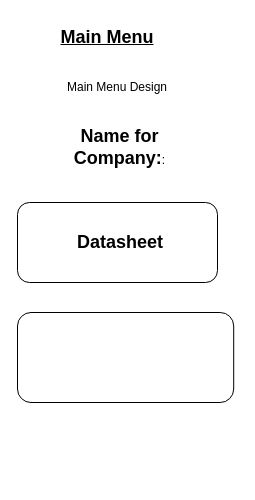
richs2101/Ice-Cream keeps this draw.io diagram as Ice Cream Data Modelling design.drawio. Above is the earlier version. Source tidied: cells renumbered, new cells numbered last; positions are measured from the earlier drawing's top-left corner, leaving out a move shared by most shapes. Both pictures are drawn from the tidied source at 100%, with x=0, y=0 at pixel (17, 17).
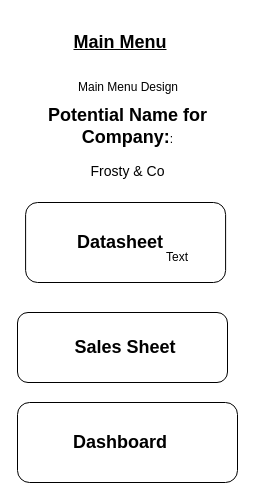
The same diagram, later.

Diff of the diagram source:
```diff
@@
 <mxGraphModel background="light-dark(#FFFFFF,#FFFFFF)">
   <root>
     <mxCell id="0" />
     <mxCell id="1" parent="0" />
     <mxCell id="2" value="&lt;font style=&quot;color: light-dark(rgb(0, 0, 0), rgb(0, 0, 0)); font-size: 18px;&quot;&gt;&lt;b&gt;&lt;u&gt;Main Menu&lt;/u&gt;&lt;/b&gt;&lt;/font&gt;" style="text;html=1;whiteSpace=wrap;strokeColor=none;fillColor=none;align=center;verticalAlign=middle;rounded=0;" parent="1" vertex="1">
-      <mxGeometry x="30" width="120" height="40" as="geometry" />
+      <mxGeometry x="42.5" y="5" width="120" height="40" as="geometry" />
     </mxCell>
     <mxCell id="3" value="&lt;font style=&quot;color: light-dark(rgb(0, 0, 0), rgb(0, 0, 0));&quot;&gt;Main Menu Design&lt;/font&gt;" style="text;html=1;whiteSpace=wrap;strokeColor=none;fillColor=none;align=center;verticalAlign=middle;rounded=0;" parent="1" vertex="1">
-      <mxGeometry x="40" y="55" width="120" height="30" as="geometry" />
+      <mxGeometry x="51.1" y="55" width="120" height="30" as="geometry" />
     </mxCell>
-    <mxCell id="4" value="&lt;font style=&quot;color: light-dark(rgb(0, 0, 0), rgb(0, 0, 0));&quot;&gt;&lt;b style=&quot;&quot;&gt;&lt;font style=&quot;font-size: 18px;&quot;&gt;Name for Company:&lt;/font&gt;&lt;/b&gt;:&lt;/font&gt;" style="text;html=1;whiteSpace=wrap;strokeColor=none;fillColor=none;align=center;verticalAlign=middle;rounded=0;" parent="1" vertex="1">
-      <mxGeometry x="25" y="95" width="155" height="70" as="geometry" />
+    <mxCell id="4" value="&lt;font style=&quot;color: light-dark(rgb(0, 0, 0), rgb(0, 0, 0));&quot;&gt;&lt;b style=&quot;&quot;&gt;&lt;font style=&quot;font-size: 18px;&quot;&gt;Potential Name for Company:&lt;/font&gt;&lt;/b&gt;:&lt;br&gt;&lt;br&gt;&lt;font style=&quot;font-size: 14px;&quot;&gt;Frosty &amp;amp; Co&lt;/font&gt;&lt;/font&gt;" style="text;html=1;whiteSpace=wrap;strokeColor=none;fillColor=none;align=center;verticalAlign=middle;rounded=0;" parent="1" vertex="1">
+      <mxGeometry x="13.1" y="85" width="195" height="80" as="geometry" />
     </mxCell>
     <mxCell id="5" style="rounded=1;whiteSpace=wrap;html=1;fillColor=none;strokeColor=light-dark(#000000,#000000);" parent="1" vertex="1">
-      <mxGeometry y="185" width="200" height="80" as="geometry" />
+      <mxGeometry x="8.1" y="185" width="200" height="80" as="geometry" />
     </mxCell>
     <mxCell id="6" value="&lt;font style=&quot;color: light-dark(rgb(0, 0, 0), rgb(0, 0, 0)); font-size: 18px;&quot;&gt;&lt;b&gt;Datasheet&lt;/b&gt;&lt;/font&gt;" style="text;html=1;whiteSpace=wrap;strokeColor=none;fillColor=none;align=center;verticalAlign=middle;rounded=0;" parent="1" vertex="1">
       <mxGeometry x="62.5" y="205" width="80" height="40" as="geometry" />
     </mxCell>
     <mxCell id="7" style="rounded=1;whiteSpace=wrap;html=1;fillColor=none;strokeColor=light-dark(#000000,#000000);" parent="1" vertex="1">
-      <mxGeometry y="295" width="216.2" height="90" as="geometry" />
+      <mxGeometry y="295" width="210" height="70" as="geometry" />
     </mxCell>
+    <mxCell id="8" style="rounded=1;whiteSpace=wrap;html=1;fillColor=none;strokeColor=light-dark(#000000,#000000);" parent="1" vertex="1">
+      <mxGeometry y="385" width="220" height="80" as="geometry" />
+    </mxCell>
+    <mxCell id="9" value="&lt;font style=&quot;color: light-dark(rgb(0, 0, 0), rgb(0, 0, 0)); font-size: 18px;&quot;&gt;&lt;b&gt;Sales Sheet&lt;/b&gt;&lt;/font&gt;" style="text;html=1;whiteSpace=wrap;strokeColor=none;fillColor=none;align=center;verticalAlign=middle;rounded=0;" parent="1" vertex="1">
+      <mxGeometry x="51.1" y="295" width="114" height="70" as="geometry" />
+    </mxCell>
+    <mxCell id="10" value="Text" style="text;html=1;whiteSpace=wrap;strokeColor=none;fillColor=none;align=center;verticalAlign=middle;rounded=0;" parent="1" vertex="1">
+      <mxGeometry x="130" y="225" width="60" height="30" as="geometry" />
+    </mxCell>
+    <mxCell id="11" value="&lt;font style=&quot;color: light-dark(rgb(0, 0, 0), rgb(0, 0, 0)); font-size: 18px;&quot;&gt;&lt;b&gt;Dashboard&lt;/b&gt;&lt;/font&gt;" style="text;html=1;whiteSpace=wrap;strokeColor=none;fillColor=none;align=center;verticalAlign=middle;rounded=0;" parent="1" vertex="1">
+      <mxGeometry x="26.2" y="402.5" width="153.8" height="45" as="geometry" />
+    </mxCell>
   </root>
 </mxGraphModel>
```
